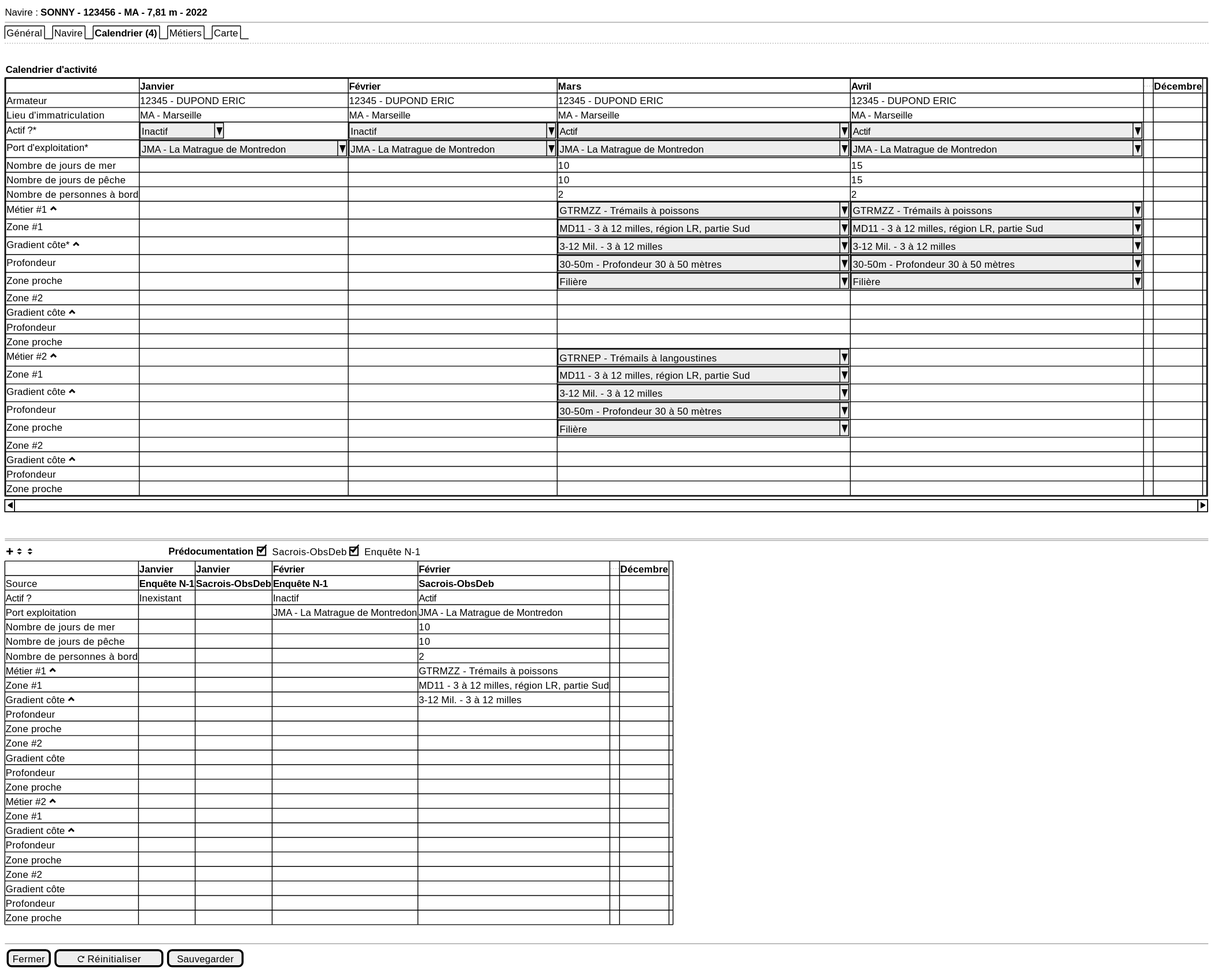
The PlantUML diagram projects/activity-calendar/spe/images/activity-calendar-predoc.svg in sumaris-net/sumaris-doc, before a commit.
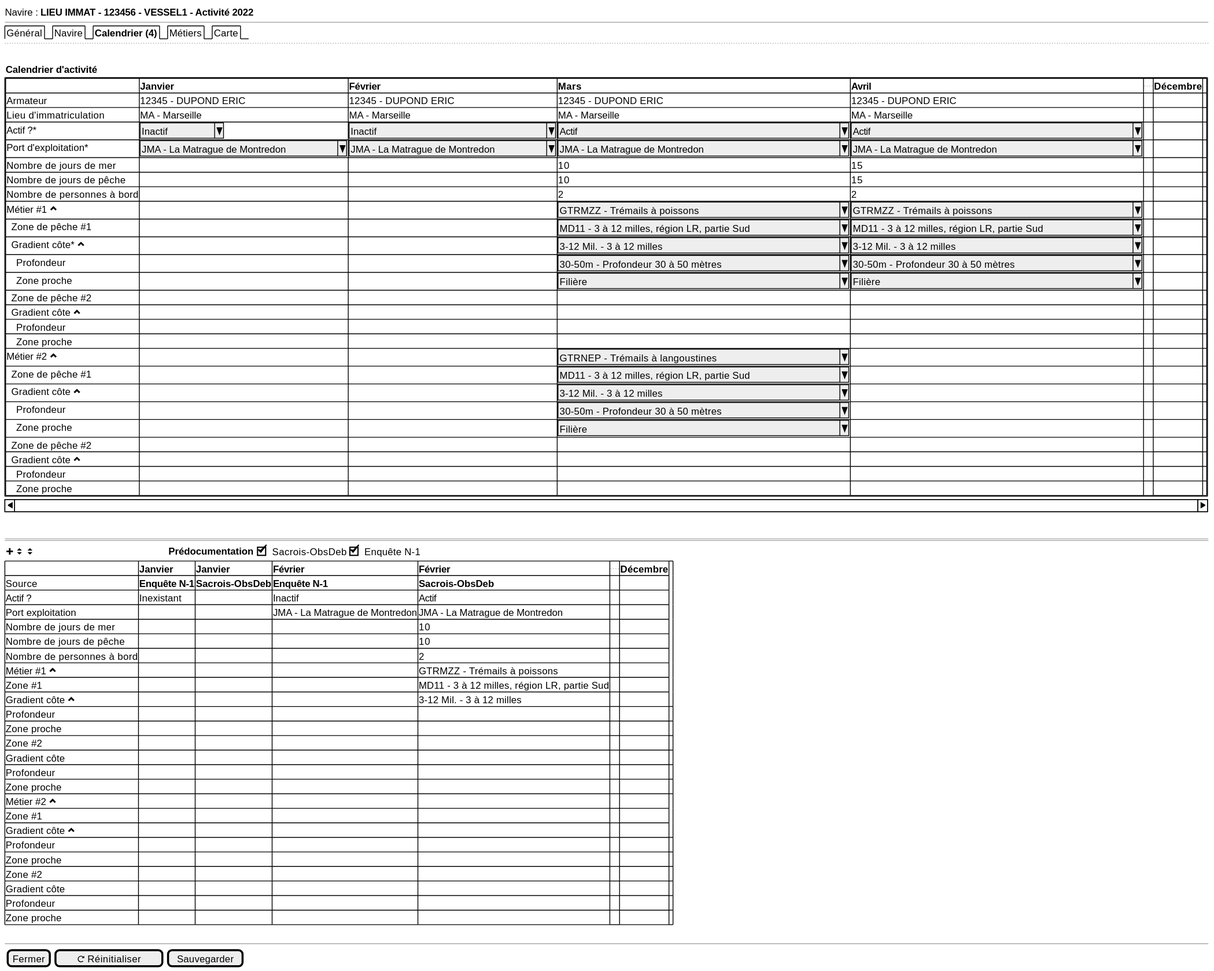
Later version of the same file.

Change to the diagram source:
```diff
@@ -1,6 +1,6 @@
 @startsalt
 {
-  Navire : <b>SONNY - 123456 - MA - 7,81 m - 2022
+  Navire : <b>LIEU IMMAT - 123456 - VESSEL1 - Activité 2022
   --
   {/ Général | Navire | <b>Calendrier (4) | Métiers | Carte}
   ..
@@ -19,23 +19,23 @@
      Nombre de jours de pêche | . | . | 10 | 15 | . | . | .
      Nombre de personnes à bord | . | . | 2 | 2 | . | . | .
      Métier #1 <&chevron-top> | . | . | ^GTRMZZ - Trémails à poissons               ^ | ^GTRMZZ - Trémails à poissons               ^ | . | . | .
-     Zone #1 | . | . | ^MD11 - 3 à 12 milles, région LR, partie Sud^| ^MD11 - 3 à 12 milles, région LR, partie Sud^ | . | . | .
-     Gradient côte* <&chevron-top>| . | . | ^3-12 Mil. - 3 à 12 milles                  ^| ^3-12 Mil. - 3 à 12 milles                  ^ | . | . | .
-     Profondeur | . | . | ^30-50m - Profondeur 30 à 50 mètres         ^ | ^30-50m - Profondeur 30 à 50 mètres         ^ | . | . | .
-     Zone proche | . | . | ^Filière                                    ^ | ^Filière                                    ^ | . | . | .
-     Zone #2 | . | . | . | . | . | .
-     Gradient côte <&chevron-top>| . | . | . | . | . | . | .
-     Profondeur | . | . | . | . | . | . | .
-     Zone proche | . | . | . | . | . | . | .
+     <U+0020><U+0020>Zone de pêche #1 | . | . | ^MD11 - 3 à 12 milles, région LR, partie Sud^| ^MD11 - 3 à 12 milles, région LR, partie Sud^ | . | . | .
+     <U+0020><U+0020>Gradient côte* <&chevron-top>| . | . | ^3-12 Mil. - 3 à 12 milles                  ^| ^3-12 Mil. - 3 à 12 milles                  ^ | . | . | .
+     <U+0020><U+0020><U+0020><U+0020>Profondeur | . | . | ^30-50m - Profondeur 30 à 50 mètres         ^ | ^30-50m - Profondeur 30 à 50 mètres         ^ | . | . | .
+     <U+0020><U+0020><U+0020><U+0020>Zone proche | . | . | ^Filière                                    ^ | ^Filière                                    ^ | . | . | .
+     <U+0020><U+0020>Zone de pêche #2 | . | . | . | . | . | .
+     <U+0020><U+0020>Gradient côte <&chevron-top>| . | . | . | . | . | . | .
+     <U+0020><U+0020><U+0020><U+0020>Profondeur | . | . | . | . | . | . | .
+     <U+0020><U+0020><U+0020><U+0020>Zone proche | . | . | . | . | . | . | .
      Métier #2 <&chevron-top>| . | . | ^GTRNEP - Trémails à langoustines           ^ | . | . | . | .
-     Zone #1 | . | . | ^MD11 - 3 à 12 milles, région LR, partie Sud^|.| . | . | .
-     Gradient côte <&chevron-top>| . | . | ^3-12 Mil. - 3 à 12 milles                  ^|.| . | . | .
-     Profondeur | . | . | ^30-50m - Profondeur 30 à 50 mètres         ^|.| . | . | .
-     Zone proche | . | . | ^Filière                                    ^|.| . | . | .
-     Zone #2 | . | . | . | . | . | . | .
-     Gradient côte <&chevron-top>| . | . | . | . | . | . | .
-     Profondeur | . | . | . | . | . | . | .
-     Zone proche | . | . | . | . | . | . | .
+     <U+0020><U+0020>Zone de pêche #1 | . | . | ^MD11 - 3 à 12 milles, région LR, partie Sud^|.| . | . | .
+     <U+0020><U+0020>Gradient côte <&chevron-top>| . | . | ^3-12 Mil. - 3 à 12 milles                  ^|.| . | . | .
+     <U+0020><U+0020><U+0020><U+0020>Profondeur | . | . | ^30-50m - Profondeur 30 à 50 mètres         ^|.| . | . | .
+     <U+0020><U+0020><U+0020><U+0020>Zone proche | . | . | ^Filière                                    ^|.| . | . | .
+     <U+0020><U+0020>Zone de pêche #2 | . | . | . | . | . | . | .
+     <U+0020><U+0020>Gradient côte <&chevron-top>| . | . | . | . | . | . | .
+     <U+0020><U+0020><U+0020><U+0020>Profondeur | . | . | . | . | . | . | .
+     <U+0020><U+0020><U+0020><U+0020>Zone proche | . | . | . | . | . | . | .
     }
     }
     .
```
